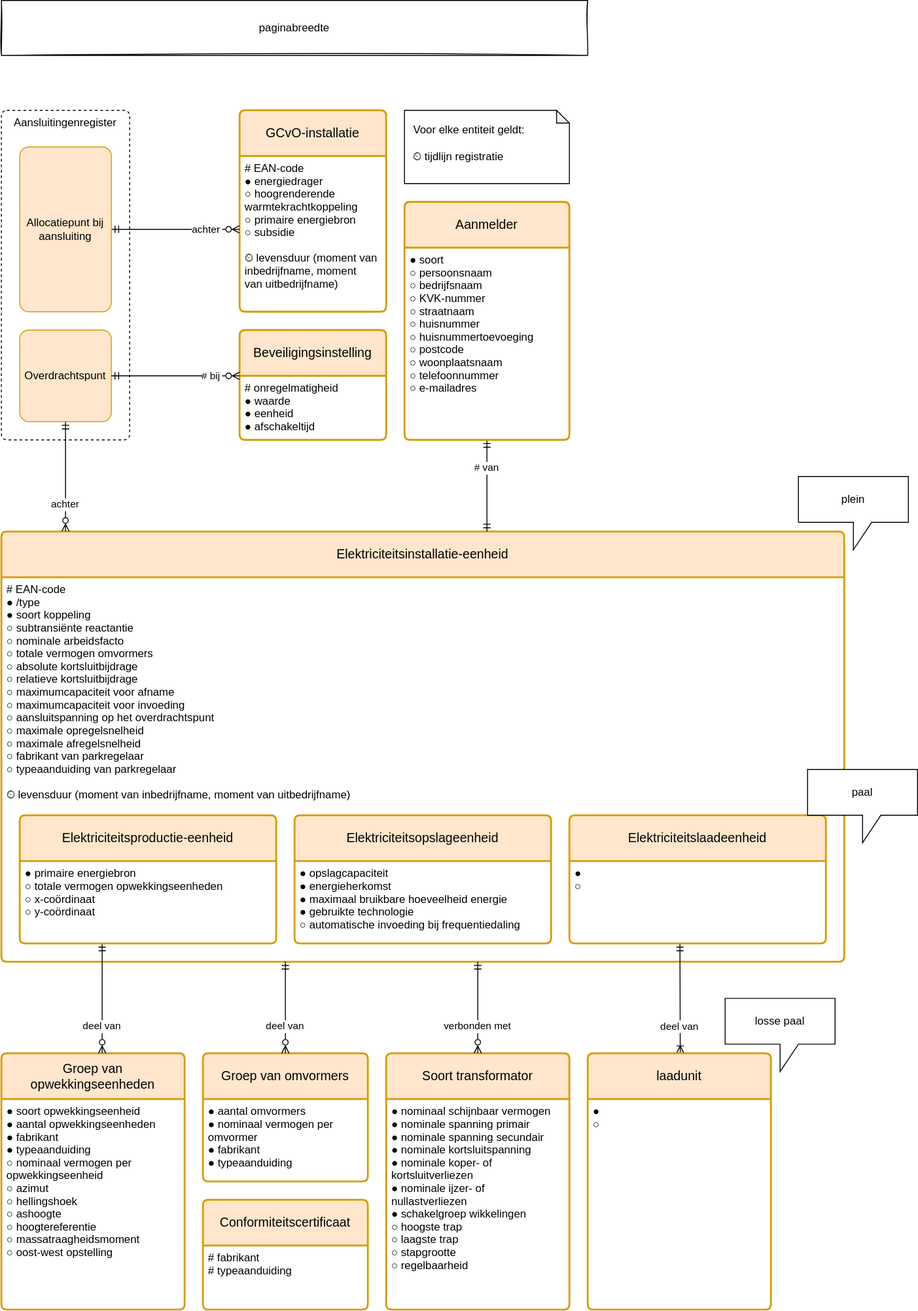
Earlier version of the draw.io export registers/installatieregister/1.1/installatieregister.drawio.svg (Netbeheer-Nederland/stelsel). Source tidied: cells renumbered, new cells last; positions are measured from the earlier drawing's top-left corner, leaving out a move shared by most shapes. Source of this version:
```xml
<mxGraphModel>
  <root>
    <mxCell id="0" />
    <mxCell id="1" parent="0" />
    <mxCell id="2" value="Aansluitingenregister" style="rounded=1;whiteSpace=wrap;dashed=1;verticalAlign=top;arcSize=12;absoluteArcSize=1;" parent="1" vertex="1">
      <mxGeometry y="120" width="140" height="360" as="geometry" />
    </mxCell>
    <mxCell id="3" value="GCvO-installatie" style="swimlane;horizontal=1;startSize=50;rounded=1;fontSize=14;fontStyle=0;strokeWidth=2;shadow=0;dashed=0;align=center;arcSize=4;fillColor=#ffe6cc;strokeColor=#d79b00;whiteSpace=wrap;spacing=10;" parent="1" vertex="1">
      <mxGeometry x="260" y="120" width="160" height="220" as="geometry" />
    </mxCell>
    <mxCell id="4" value="# EAN-code&#10;● energiedrager&#10;○ hoogrenderende&#10;   warmtekrachtkoppeling&#10;○ primaire energiebron&#10;○ subsidie&#10;&#10;⏲ levensduur (moment van&#10;     inbedrijfname, moment&#10;     van uitbedrijfname)" style="align=left;strokeColor=none;fillColor=none;spacingLeft=4;fontSize=12;verticalAlign=top;" parent="3" vertex="1">
      <mxGeometry y="50" width="160" height="170" as="geometry" />
    </mxCell>
    <mxCell id="5" value="achter" style="edgeStyle=elbowEdgeStyle;rounded=0;jettySize=auto;endArrow=ERmandOne;endFill=0;startArrow=ERzeroToMany;startFill=0;align=right;elbow=vertical;" parent="1" edge="1" source="3" target="22">
      <mxGeometry x="-0.73" relative="1" as="geometry" />
    </mxCell>
    <mxCell id="6" value="Elektriciteitsinstallatie-eenheid" style="swimlane;horizontal=1;startSize=50;rounded=1;fontSize=14;fontStyle=0;strokeWidth=2;shadow=0;dashed=0;align=center;fillColor=#ffe6cc;strokeColor=#d79b00;arcSize=4;whiteSpace=wrap;spacing=10;" parent="1" vertex="1">
      <mxGeometry y="580" width="920" height="470" as="geometry" />
    </mxCell>
    <mxCell id="7" value="# EAN-code&#10;● /type&#10;● soort koppeling&#10;○ subtransiënte reactantie&#10;○ nominale arbeidsfacto&#10;○ totale vermogen omvormers&#10;○ absolute kortsluitbijdrage&#10;○ relatieve kortsluitbijdrage&#10;○ maximumcapaciteit voor afname&#10;○ maximumcapaciteit voor invoeding&#10;○ aansluitspanning op het overdrachtspunt&#10;○ maximale opregelsnelheid&#10;○ maximale afregelsnelheid&#10;○ fabrikant van parkregelaar&#10;○ typeaanduiding van parkregelaar&#10;&#10;⏲ levensduur (moment van inbedrijfname, moment van uitbedrijfname)" style="align=left;strokeColor=none;fillColor=none;spacingLeft=4;fontSize=12;verticalAlign=top;fontColor=default;" parent="6" vertex="1">
      <mxGeometry y="50" width="920" height="420" as="geometry" />
    </mxCell>
    <mxCell id="8" value="Groep van opwekkingseenheden" style="swimlane;horizontal=1;startSize=50;rounded=1;fontSize=14;fontStyle=0;strokeWidth=2;shadow=0;dashed=0;align=center;fillColor=#ffe6cc;strokeColor=#d79b00;arcSize=4;whiteSpace=wrap;spacing=10;" parent="1" vertex="1">
      <mxGeometry y="1150" width="200" height="280" as="geometry" />
    </mxCell>
    <mxCell id="9" value="● soort opwekkingseenheid &#10;● aantal opwekkingseenheden&#10;● fabrikant&#10;● typeaanduiding&#10;○ nominaal vermogen per&#10;   opwekkingseenheid&#10;○ azimut&#10;○ hellingshoek&#10;○ ashoogte&#10;○ hoogtereferentie&#10;○ massatraagheidsmoment&#10;○ oost-west opstelling&#10;" style="align=left;strokeColor=none;fillColor=none;spacingLeft=4;fontSize=12;verticalAlign=top;" parent="8" vertex="1">
      <mxGeometry y="50" width="200" height="230" as="geometry" />
    </mxCell>
    <mxCell id="10" value="Soort transformator" style="swimlane;horizontal=1;startSize=50;rounded=1;fontSize=14;fontStyle=0;strokeWidth=2;shadow=0;dashed=0;align=center;fillColor=#ffe6cc;strokeColor=#d79b00;arcSize=4;whiteSpace=wrap;spacing=10;" parent="1" vertex="1">
      <mxGeometry x="420" y="1150" width="200" height="280" as="geometry" />
    </mxCell>
    <mxCell id="11" value="● nominaal schijnbaar vermogen&#10;● nominale spanning primair&#10;● nominale spanning secundair&#10;● nominale kortsluitspanning&#10;● nominale koper- of&#10;   kortsluitverliezen&#10;● nominale ijzer- of&#10;   nullastverliezen&#10;● schakelgroep wikkelingen&#10;○ hoogste trap&#10;○ laagste trap&#10;○ stapgrootte&#10;○ regelbaarheid" style="align=left;strokeColor=none;fillColor=none;spacingLeft=4;fontSize=12;verticalAlign=top;" parent="10" vertex="1">
      <mxGeometry y="50" width="200" height="230" as="geometry" />
    </mxCell>
    <mxCell id="12" value="deel van" style="endArrow=ERzeroToMany;rounded=0;startArrow=ERmandOne;startFill=0;endFill=0;edgeStyle=elbowEdgeStyle;align=center;" parent="1" edge="1" source="13" target="8">
      <mxGeometry x="0.5" relative="1" as="geometry" />
    </mxCell>
    <mxCell id="13" value="Elektriciteitsproductie-eenheid" style="swimlane;horizontal=1;startSize=50;rounded=1;fontSize=14;fontStyle=0;strokeWidth=2;shadow=0;dashed=0;align=center;fillColor=#ffe6cc;strokeColor=#d79b00;arcSize=4;whiteSpace=wrap;spacing=10;" parent="1" vertex="1">
      <mxGeometry x="20" y="890" width="280" height="140" as="geometry" />
    </mxCell>
    <mxCell id="14" value="● primaire energiebron&#10;○ totale vermogen opwekkingseenheden&#10;○ x-coördinaat&#10;○ y-coördinaat" style="align=left;strokeColor=none;fillColor=none;spacingLeft=4;fontSize=12;verticalAlign=top;" parent="13" vertex="1">
      <mxGeometry y="50" width="280" height="90" as="geometry" />
    </mxCell>
    <mxCell id="15" value="Elektriciteitsopslageenheid" style="swimlane;horizontal=1;startSize=50;rounded=1;fontSize=14;fontStyle=0;strokeWidth=2;shadow=0;dashed=0;align=center;fillColor=#ffe6cc;strokeColor=#d79b00;arcSize=4;whiteSpace=wrap;spacing=10;" parent="1" vertex="1">
      <mxGeometry x="320" y="890" width="280" height="140" as="geometry" />
    </mxCell>
    <mxCell id="16" value="● opslagcapaciteit&#10;● energieherkomst&#10;● maximaal bruikbare hoeveelheid energie&#10;● gebruikte technologie&#10;○ automatische invoeding bij frequentiedaling" style="align=left;strokeColor=none;fillColor=none;spacingLeft=4;fontSize=12;verticalAlign=top;fontStyle=0;" parent="15" vertex="1">
      <mxGeometry y="50" width="280" height="90" as="geometry" />
    </mxCell>
    <mxCell id="17" style="edgeStyle=none;entryX=0;entryY=0;entryDx=0;entryDy=0;" parent="15" edge="1" source="15" target="16">
      <mxGeometry relative="1" as="geometry" />
    </mxCell>
    <mxCell id="18" value="achter" style="endArrow=ERmandOne;rounded=0;endFill=0;startArrow=ERzeroToMany;startFill=0;align=center;edgeStyle=elbowEdgeStyle;" parent="1" edge="1" source="6" target="19">
      <mxGeometry x="-0.5" relative="1" as="geometry" />
    </mxCell>
    <mxCell id="19" value="Overdrachtspunt" style="rounded=1;arcSize=10;whiteSpace=wrap;align=center;fillColor=#ffe6cc;strokeColor=#d79b00;" parent="1" vertex="1">
      <mxGeometry x="20" y="360" width="100" height="100" as="geometry" />
    </mxCell>
    <mxCell id="20" value="Conformiteitscertificaat" style="swimlane;horizontal=1;startSize=50;rounded=1;fontSize=14;fontStyle=0;strokeWidth=2;shadow=0;dashed=0;align=center;fillColor=#ffe6cc;strokeColor=#d79b00;arcSize=4;whiteSpace=wrap;spacing=10;" parent="1" vertex="1">
      <mxGeometry x="220" y="1310" width="180" height="120" as="geometry" />
    </mxCell>
    <mxCell id="21" value="# fabrikant&#10;# typeaanduiding" style="align=left;strokeColor=none;fillColor=none;spacingLeft=4;fontSize=12;verticalAlign=top;" parent="20" vertex="1">
      <mxGeometry y="50" width="180" height="70" as="geometry" />
    </mxCell>
    <mxCell id="22" value="Allocatiepunt bij aansluiting" style="rounded=1;arcSize=10;whiteSpace=wrap;align=center;fillColor=#ffe6cc;strokeColor=#d79b00;" parent="1" vertex="1">
      <mxGeometry x="20" y="160" width="100" height="180" as="geometry" />
    </mxCell>
    <mxCell id="23" value="Beveiligingsinstelling" style="swimlane;horizontal=1;startSize=50;rounded=1;fontSize=14;fontStyle=0;strokeWidth=2;shadow=0;dashed=0;align=center;fillColor=#ffe6cc;strokeColor=#d79b00;arcSize=4;whiteSpace=wrap;spacing=10;" parent="1" vertex="1">
      <mxGeometry x="260" y="360" width="160" height="120" as="geometry" />
    </mxCell>
    <mxCell id="24" value="# onregelmatigheid&#10;● waarde&#10;● eenheid&#10;● afschakeltijd" style="align=left;strokeColor=none;fillColor=none;spacingLeft=4;fontSize=12;verticalAlign=top;" parent="23" vertex="1">
      <mxGeometry y="50" width="160" height="70" as="geometry" />
    </mxCell>
    <mxCell id="25" value="# bij" style="endArrow=ERzeroToMany;rounded=0;startArrow=ERmandOne;startFill=0;endFill=0;align=right;edgeStyle=elbowEdgeStyle;elbow=vertical;" parent="1" edge="1" source="19" target="23">
      <mxGeometry x="0.73" relative="1" as="geometry" />
    </mxCell>
    <mxCell id="26" value="Groep van omvormers" style="swimlane;horizontal=1;startSize=50;rounded=1;fontSize=14;fontStyle=0;strokeWidth=2;shadow=0;dashed=0;align=center;fillColor=#ffe6cc;strokeColor=#d79b00;arcSize=4;whiteSpace=wrap;spacing=10;" parent="1" vertex="1">
      <mxGeometry x="220" y="1150" width="180" height="140" as="geometry" />
    </mxCell>
    <mxCell id="27" value="● aantal omvormers&#10;● nominaal vermogen per&#10;   omvormer&#10;● fabrikant&#10;● typeaanduiding" style="align=left;strokeColor=none;fillColor=none;spacingLeft=4;fontSize=12;verticalAlign=top;" parent="26" vertex="1">
      <mxGeometry y="50" width="180" height="90" as="geometry" />
    </mxCell>
    <mxCell id="28" value="deel van" style="endArrow=ERzeroToMany;rounded=0;startArrow=ERmandOne;startFill=0;endFill=0;align=center;edgeStyle=elbowEdgeStyle;" parent="1" edge="1" source="6" target="26">
      <mxGeometry x="0.4" relative="1" as="geometry" />
    </mxCell>
    <mxCell id="29" value="verbonden met" style="endArrow=ERzeroToMany;rounded=0;startArrow=ERmandOne;startFill=0;endFill=0;align=center;edgeStyle=elbowEdgeStyle;" parent="1" edge="1" source="6" target="10">
      <mxGeometry x="0.4" relative="1" as="geometry" />
    </mxCell>
    <mxCell id="30" value="Voor elke entiteit geldt:&#10;&#10;⏲ tijdlijn registratie" style="shape=note;whiteSpace=wrap;backgroundOutline=1;darkOpacity=0.05;align=left;spacing=10;size=14;verticalAlign=top;" parent="1" vertex="1">
      <mxGeometry x="440" y="120" width="180" height="80" as="geometry" />
    </mxCell>
    <mxCell id="31" value="# van" style="edgeStyle=elbowEdgeStyle;endArrow=ERmandOne;endFill=0;startArrow=ERmandOne;startFill=0;align=center;" parent="1" edge="1" source="32" target="6">
      <mxGeometry x="-0.4" relative="1" as="geometry" />
    </mxCell>
    <mxCell id="32" value="Aanmelder" style="swimlane;horizontal=1;startSize=50;rounded=1;fontSize=14;fontStyle=0;strokeWidth=2;shadow=0;dashed=0;align=center;fillColor=#ffe6cc;strokeColor=#d79b00;arcSize=4;whiteSpace=wrap;spacing=10;" parent="1" vertex="1">
      <mxGeometry x="440" y="220" width="180" height="260" as="geometry" />
    </mxCell>
    <mxCell id="33" value="● soort &#10;○ persoonsnaam &#10;○ bedrijfsnaam&#10;○ KVK-nummer&#10;○ straatnaam&#10;○ huisnummer&#10;○ huisnummertoevoeging&#10;○ postcode&#10;○ woonplaatsnaam&#10;○ telefoonnummer&#10;○ e-mailadres" style="align=left;strokeColor=none;fillColor=none;spacingLeft=4;fontSize=12;verticalAlign=top;" parent="32" vertex="1">
      <mxGeometry y="50" width="180" height="210" as="geometry" />
    </mxCell>
    <mxCell id="34" style="edgeStyle=elbowEdgeStyle;html=1;endArrow=ERoneToMany;endFill=0;startArrow=ERmandOne;startFill=0;exitX=0.431;exitY=1;exitDx=0;exitDy=0;exitPerimeter=0;" parent="1" edge="1" source="39" target="36">
      <mxGeometry relative="1" as="geometry" />
    </mxCell>
    <mxCell id="35" value="deel van" style="edgeLabel;align=center;verticalAlign=middle;" parent="34" vertex="1">
      <mxGeometry x="0.16" y="-1" relative="1" as="geometry">
        <mxPoint y="20" as="offset" />
      </mxGeometry>
    </mxCell>
    <mxCell id="36" value="laadunit" style="swimlane;horizontal=1;startSize=50;rounded=1;fontSize=14;fontStyle=0;strokeWidth=2;shadow=0;dashed=0;align=center;fillColor=#ffe6cc;strokeColor=#d79b00;arcSize=4;whiteSpace=wrap;spacing=10;" parent="1" vertex="1">
      <mxGeometry x="640" y="1150" width="200" height="280" as="geometry" />
    </mxCell>
    <mxCell id="37" value="● &#10;○ " style="align=left;strokeColor=none;fillColor=none;spacingLeft=4;fontSize=12;verticalAlign=top;" parent="36" vertex="1">
      <mxGeometry y="50" width="200" height="230" as="geometry" />
    </mxCell>
    <mxCell id="38" value="Elektriciteitslaadeenheid" style="swimlane;horizontal=1;startSize=50;rounded=1;fontSize=14;fontStyle=0;strokeWidth=2;shadow=0;dashed=0;align=center;fillColor=#ffe6cc;strokeColor=#d79b00;arcSize=4;whiteSpace=wrap;spacing=10;" parent="1" vertex="1">
      <mxGeometry x="620" y="890" width="280" height="140" as="geometry" />
    </mxCell>
    <mxCell id="39" value="● &#10;○ " style="align=left;strokeColor=none;fillColor=none;spacingLeft=4;fontSize=12;verticalAlign=top;fontStyle=0;" parent="38" vertex="1">
      <mxGeometry y="50" width="280" height="90" as="geometry" />
    </mxCell>
    <mxCell id="40" style="edgeStyle=none;entryX=0;entryY=0;entryDx=0;entryDy=0;" parent="38" edge="1" source="38" target="39">
      <mxGeometry relative="1" as="geometry" />
    </mxCell>
    <mxCell id="41" value="paginabreedte" style="rounded=0;whiteSpace=wrap;html=1;sketch=1;curveFitting=1;jiggle=2;" parent="1" vertex="1">
      <mxGeometry width="640" height="60" as="geometry" />
    </mxCell>
    <mxCell id="42" value="plein" style="shape=callout;whiteSpace=wrap;html=1;perimeter=calloutPerimeter;" parent="1" vertex="1">
      <mxGeometry x="870" y="520" width="120" height="80" as="geometry" />
    </mxCell>
    <mxCell id="43" value="paal" style="shape=callout;whiteSpace=wrap;html=1;perimeter=calloutPerimeter;" parent="1" vertex="1">
      <mxGeometry x="880" y="840" width="120" height="80" as="geometry" />
    </mxCell>
    <mxCell id="44" value="losse paal" style="shape=callout;whiteSpace=wrap;html=1;perimeter=calloutPerimeter;" parent="1" vertex="1">
      <mxGeometry x="790" y="1090" width="120" height="80" as="geometry" />
    </mxCell>
  </root>
</mxGraphModel>
```
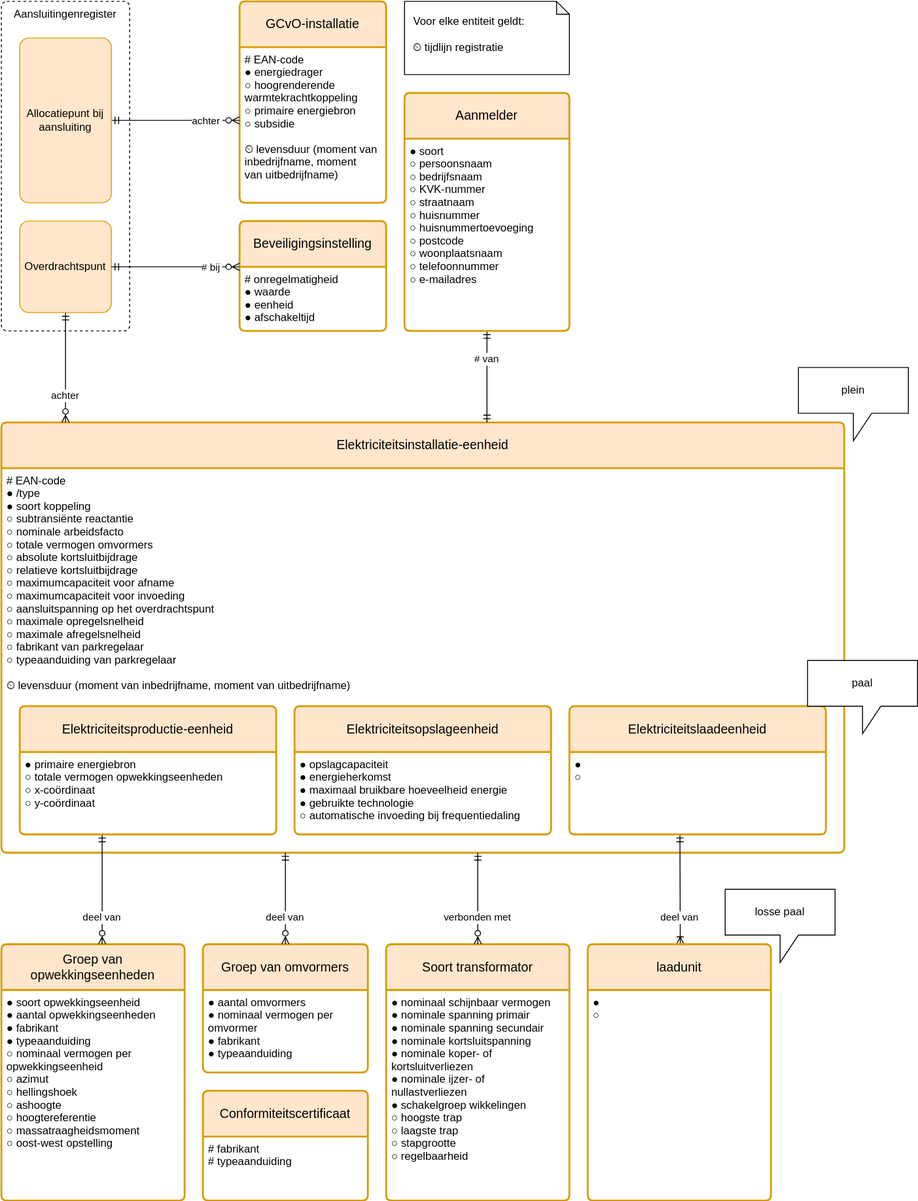
Later version of the same file.

Commit message:
artifact weg gehaald

Change to the diagram source:
```diff
@@ -121,9 +121,6 @@
     <mxCell id="40" style="edgeStyle=none;entryX=0;entryY=0;entryDx=0;entryDy=0;" parent="38" edge="1" source="38" target="39">
       <mxGeometry relative="1" as="geometry" />
     </mxCell>
-    <mxCell id="41" value="paginabreedte" style="rounded=0;whiteSpace=wrap;html=1;sketch=1;curveFitting=1;jiggle=2;" parent="1" vertex="1">
-      <mxGeometry width="640" height="60" as="geometry" />
-    </mxCell>
     <mxCell id="42" value="plein" style="shape=callout;whiteSpace=wrap;html=1;perimeter=calloutPerimeter;" parent="1" vertex="1">
       <mxGeometry x="870" y="520" width="120" height="80" as="geometry" />
     </mxCell>
```
